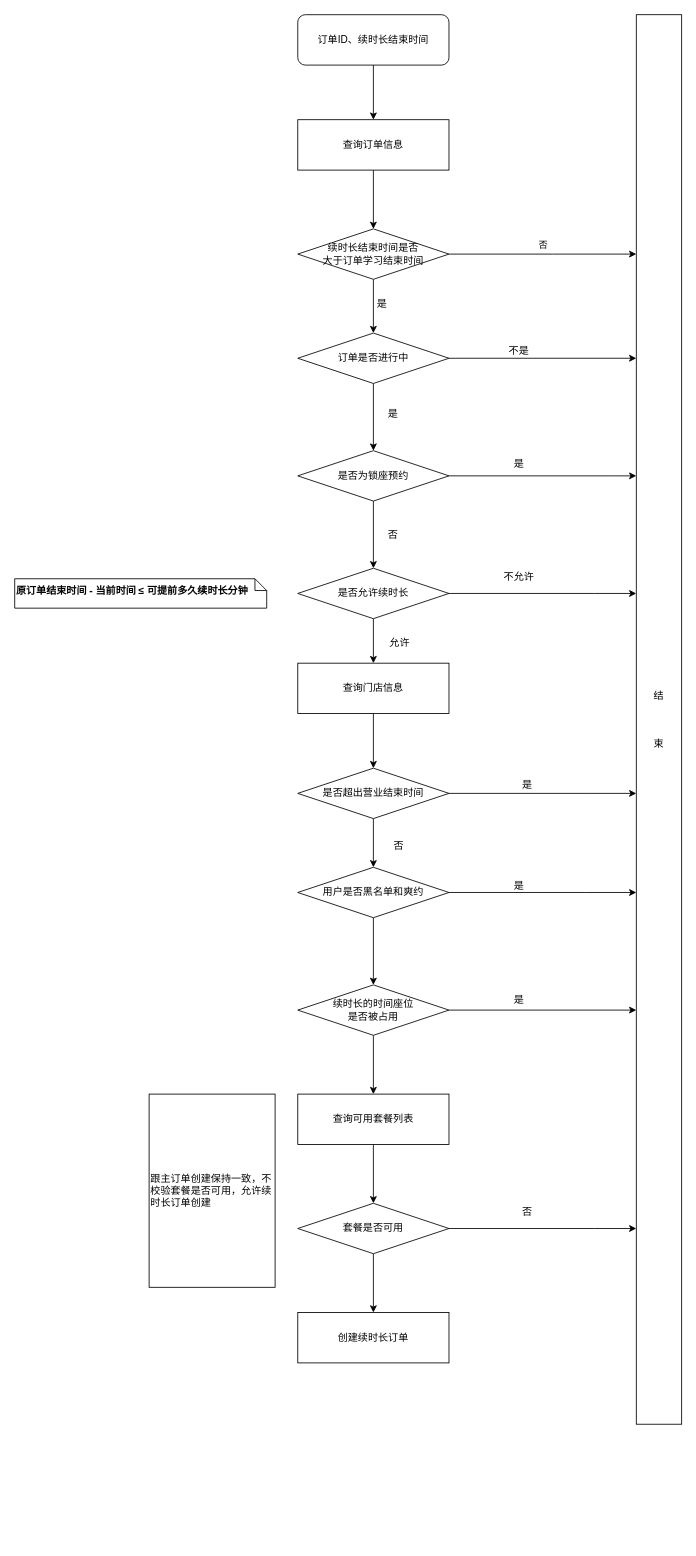
This is 自习室系统/续时长订单创建.drawio from itangm/draw.io-files, a draw.io file, before an edit. Source tidied: cells renumbered, new cells numbered last; positions are measured from the earlier drawing's top-left corner, leaving out a move shared by most shapes. Both pictures are drawn from the tidied source at 84%, with x=0, y=0 at pixel (14, 14).
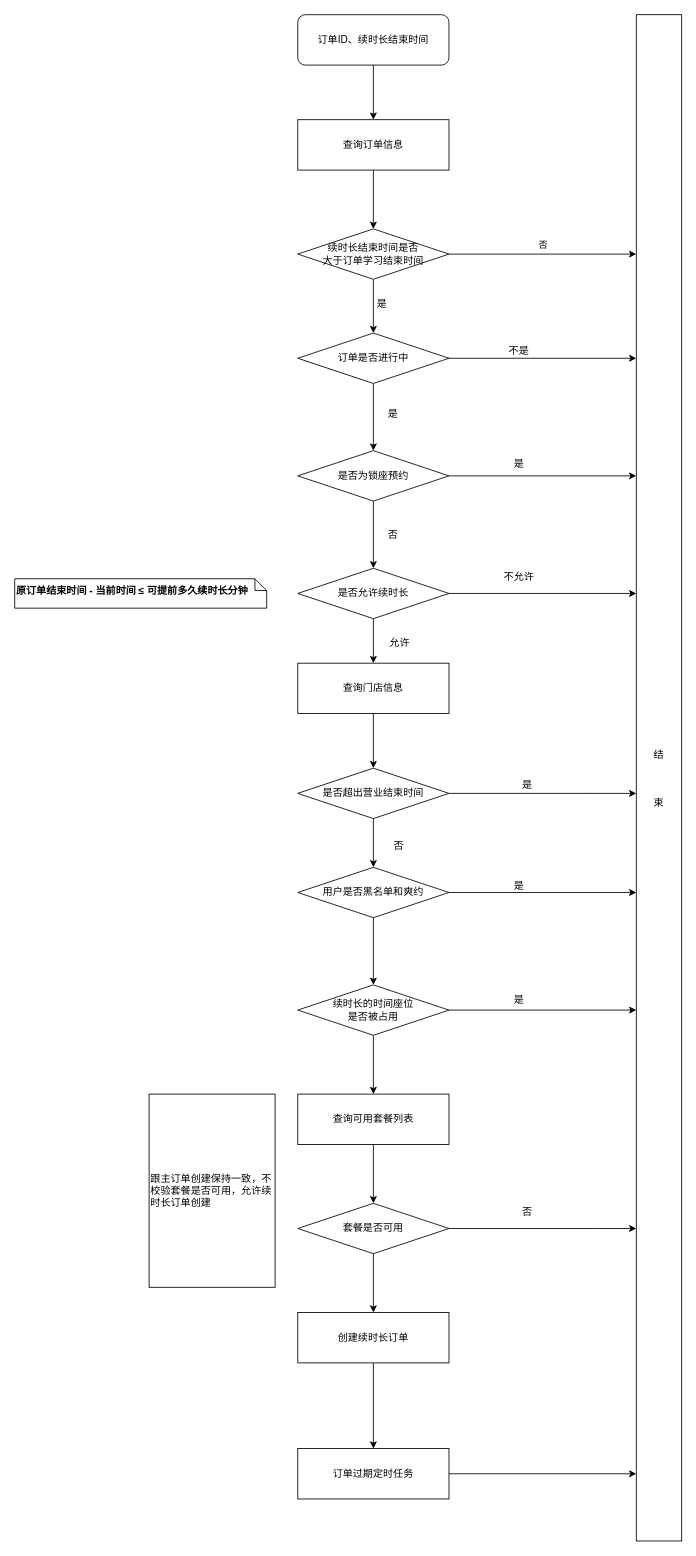
Above is the later version.

Commit message (it also covers changes not shown here):
更新续时长订单创建.drawio

Unchanged cells that the change refers to:
```xml
<mxCell id="50" value="&lt;div style&gt;&lt;span style=&quot;background-color: initial;&quot;&gt;创建续时长订单&lt;/span&gt;&lt;/div&gt;" style="rounded=0;whiteSpace=wrap;html=1;align=center;" parent="1" vertex="1">
  <mxGeometry x="337" y="1545" width="180" height="60" as="geometry" />
</mxCell>
```

Change to the diagram source:
```diff
@@
     <mxCell id="30" value="结&lt;br /&gt;&lt;br /&gt;&lt;br /&gt;&lt;br /&gt;束" style="rounded=0;whiteSpace=wrap;html=1;" parent="1" vertex="1">
-      <mxGeometry x="740" width="54" height="1678" as="geometry" />
+      <mxGeometry x="740" width="54" height="1817" as="geometry" />
     </mxCell>
@@
+    <mxCell id="52" style="edgeStyle=orthogonalEdgeStyle;rounded=0;jettySize=auto;html=1;" parent="1" edge="1" source="50" target="54">
+      <mxGeometry relative="1" as="geometry" />
+    </mxCell>
@@
+    <mxCell id="53" style="edgeStyle=orthogonalEdgeStyle;rounded=0;jettySize=auto;html=1;" parent="1" edge="1" source="54" target="30">
+      <mxGeometry relative="1" as="geometry">
+        <Array as="points">
+          <mxPoint x="680" y="1737" />
+          <mxPoint x="680" y="1737" />
+        </Array>
+      </mxGeometry>
+    </mxCell>
+    <mxCell id="54" value="&lt;div style&gt;&lt;span style=&quot;background-color: initial;&quot;&gt;订单过期定时任务&lt;/span&gt;&lt;/div&gt;" style="rounded=0;whiteSpace=wrap;html=1;align=center;" parent="1" vertex="1">
+      <mxGeometry x="337" y="1707" width="180" height="60" as="geometry" />
+    </mxCell>
```
